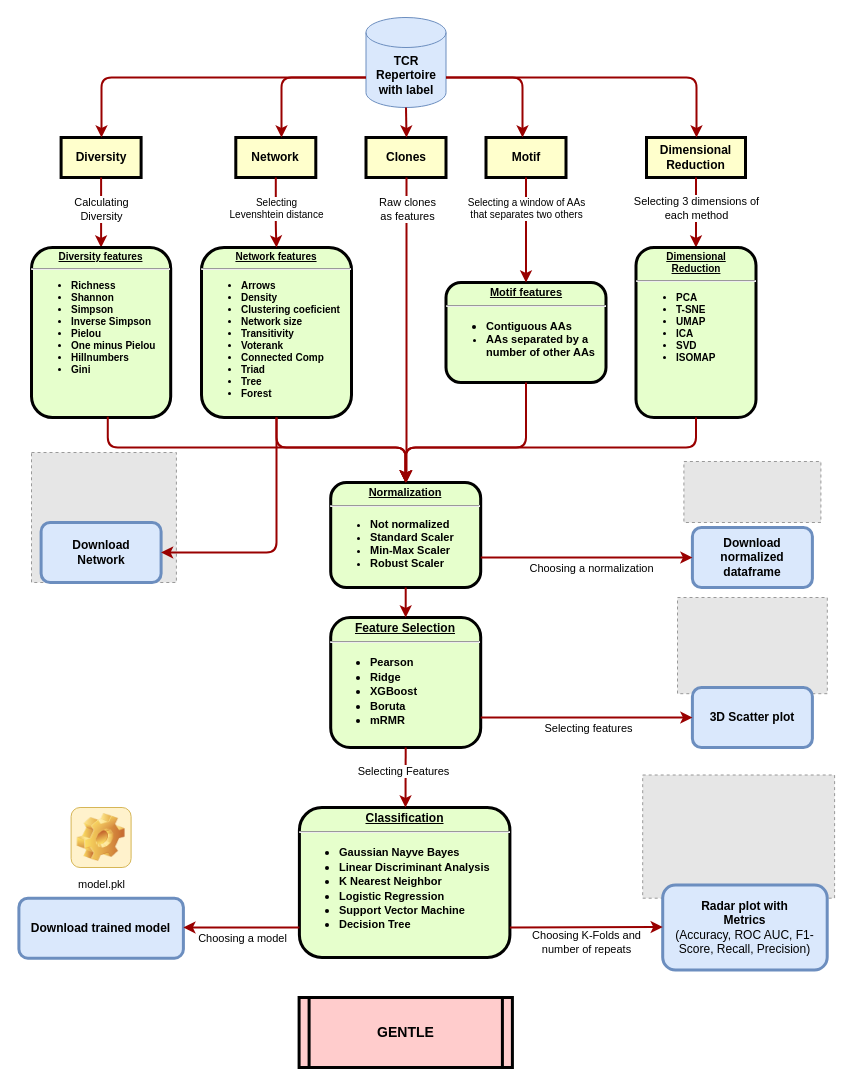
The draw.io diagram figs/flowchart.drawio in dhiego22/gentle, before the edit. Source tidied: cells renumbered, new cells numbered last; positions are measured from the earlier drawing's top-left corner, leaving out a move shared by most shapes. Both pictures are drawn from the tidied source at 100%, with x=0, y=0 at pixel (-453, 17). Pictures stored in the file or linked from it are replaced by grey dashed boxes.
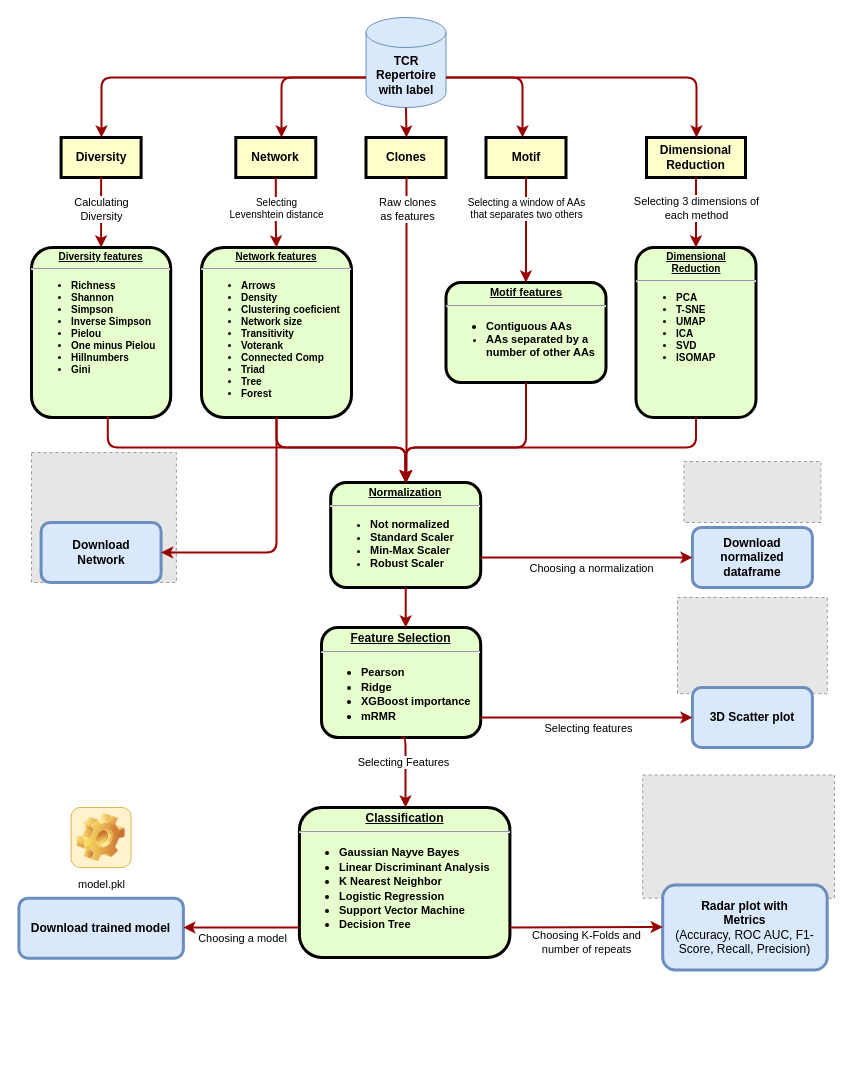
Above is the later version.

Commit message (it also covers changes not shown here):
Correcting flowchart of Gentle

What changed in the source:
```diff
@@
-    <mxCell id="6" value="GENTLE" style="shape=process;whiteSpace=wrap;align=center;verticalAlign=middle;size=0.0475;fontStyle=1;strokeWidth=3;fillColor=#FFCCCC;fontSize=14;" parent="1" vertex="1">
-      <mxGeometry x="751.6" y="980" width="213.3" height="70" as="geometry" />
-    </mxCell>
-    <mxCell id="7" value="&lt;p style=&quot;margin: 0px ; margin-top: 4px ; text-align: center ; text-decoration: underline&quot;&gt;&lt;strong&gt;&lt;strong&gt;Feature Selection&lt;/strong&gt;&lt;br&gt;&lt;/strong&gt;&lt;/p&gt;&lt;hr&gt;&lt;div align=&quot;left&quot;&gt;&lt;ul&gt;&lt;li&gt;&lt;font style=&quot;font-size: 11px&quot;&gt;Pearson&lt;/font&gt;&lt;/li&gt;&lt;li&gt;&lt;font style=&quot;font-size: 11px&quot;&gt;Ridge&lt;/font&gt;&lt;/li&gt;&lt;li&gt;&lt;font style=&quot;font-size: 11px&quot;&gt;XGBoost&lt;/font&gt;&lt;/li&gt;&lt;li&gt;&lt;font style=&quot;font-size: 11px&quot;&gt;Boruta&lt;/font&gt;&lt;/li&gt;&lt;li&gt;&lt;font style=&quot;font-size: 11px&quot;&gt;mRMR&lt;/font&gt;&lt;/li&gt;&lt;/ul&gt;&lt;/div&gt;" style="verticalAlign=middle;align=center;overflow=fill;fontSize=12;fontFamily=Helvetica;html=1;rounded=1;fontStyle=1;strokeWidth=3;fillColor=#E6FFCC;" parent="1" vertex="1">
-      <mxGeometry x="783.2" y="600" width="150" height="130" as="geometry" />
+    <mxCell id="7" value="&lt;p style=&quot;margin: 0px ; margin-top: 4px ; text-align: center ; text-decoration: underline&quot;&gt;&lt;strong&gt;&lt;strong&gt;Feature Selection&lt;/strong&gt;&lt;br&gt;&lt;/strong&gt;&lt;/p&gt;&lt;hr&gt;&lt;div align=&quot;left&quot;&gt;&lt;ul&gt;&lt;li&gt;&lt;font style=&quot;font-size: 11px&quot;&gt;Pearson&lt;/font&gt;&lt;/li&gt;&lt;li&gt;&lt;font style=&quot;font-size: 11px&quot;&gt;Ridge&lt;/font&gt;&lt;/li&gt;&lt;li&gt;&lt;font style=&quot;font-size: 11px&quot;&gt;XGBoost importance&lt;br&gt;&lt;/font&gt;&lt;/li&gt;&lt;li&gt;&lt;font style=&quot;font-size: 11px&quot;&gt;mRMR&lt;/font&gt;&lt;/li&gt;&lt;/ul&gt;&lt;/div&gt;" style="verticalAlign=middle;align=center;overflow=fill;fontSize=12;fontFamily=Helvetica;html=1;rounded=1;fontStyle=1;strokeWidth=3;fillColor=#E6FFCC;" parent="1" vertex="1">
+      <mxGeometry x="774" y="610" width="159.2" height="110" as="geometry" />
     </mxCell>
```
